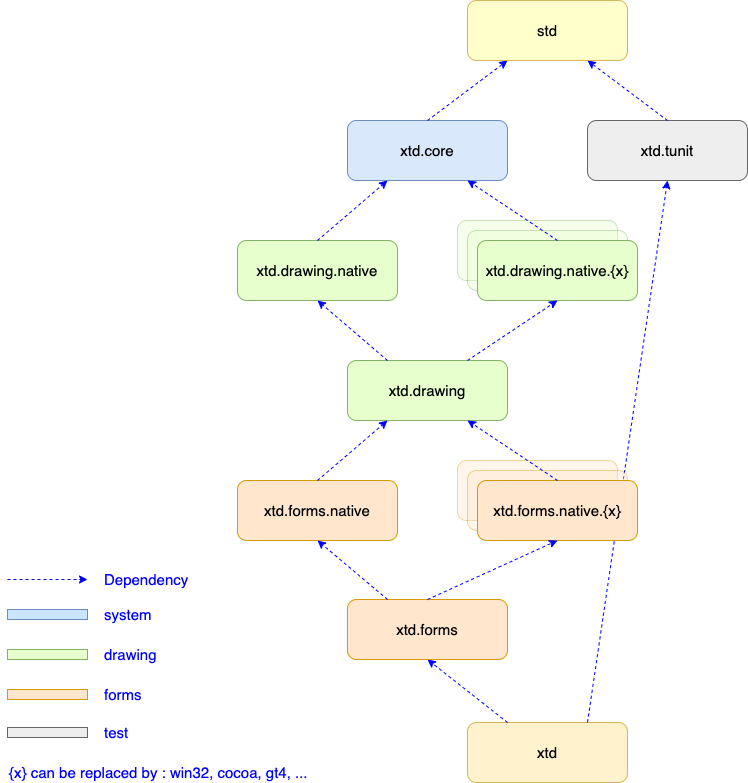
Above: docs/pictures/hierarchy.png in gammasoft71/xtd (draw.io), before the change. Source tidied: cells renumbered, new cells last; positions are measured from the earlier drawing's top-left corner, leaving out a move shared by most shapes.
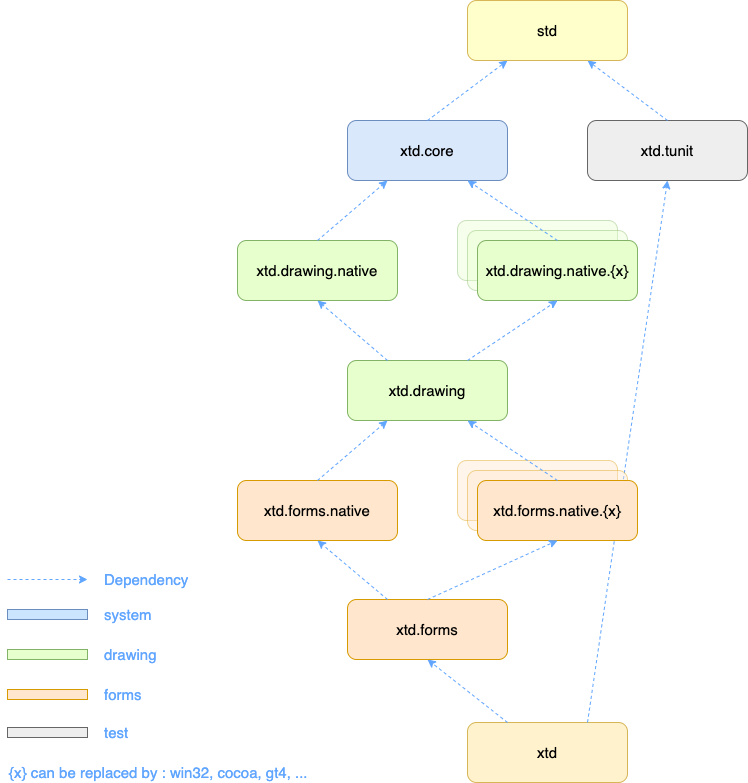
Above is the later version.

Diff of the diagram source:
```diff
@@ -8,34 +8,34 @@
     <mxCell id="3" style="rounded=1;whiteSpace=wrap;html=1;fillColor=#FFE6CC;strokeColor=#d79b00;fontSize=15;opacity=40;" parent="1" vertex="1">
       <mxGeometry x="450" y="460" width="160" height="60" as="geometry" />
     </mxCell>
-    <mxCell id="4" style="endArrow=classic;dashed=1;html=1;entryX=0.25;entryY=1;exitX=0.5;exitY=0;startArrow=none;startFill=0;endFill=1;fontSize=15;entryDx=0;entryDy=0;exitDx=0;exitDy=0;strokeColor=#0000FF;" parent="1" edge="1" source="2" target="19">
+    <mxCell id="4" style="endArrow=classic;dashed=1;html=1;entryX=0.25;entryY=1;exitX=0.5;exitY=0;startArrow=none;startFill=0;endFill=1;fontSize=15;entryDx=0;entryDy=0;exitDx=0;exitDy=0;strokeColor=#60A5FF;" parent="1" edge="1" source="2" target="19">
       <mxGeometry relative="1" as="geometry" />
     </mxCell>
-    <mxCell id="5" style="endArrow=classic;dashed=1;html=1;endFill=1;fontSize=15;strokeColor=#0000FF;" parent="1" edge="1">
+    <mxCell id="5" style="endArrow=classic;dashed=1;html=1;endFill=1;fontSize=15;strokeColor=#60A5FF;" parent="1" edge="1">
       <mxGeometry relative="1" as="geometry">
         <mxPoint y="579" as="sourcePoint" />
         <mxPoint x="80" y="579" as="targetPoint" />
       </mxGeometry>
     </mxCell>
-    <mxCell id="6" value="Dependency" style="text;html=1;strokeColor=none;fillColor=none;align=left;verticalAlign=middle;whiteSpace=wrap;fontSize=15;fontColor=#0000FF;" parent="1" vertex="1">
+    <mxCell id="6" value="Dependency" style="text;html=1;strokeColor=none;fillColor=none;align=left;verticalAlign=middle;whiteSpace=wrap;fontSize=15;fontColor=#60A5FF;" parent="1" vertex="1">
       <mxGeometry x="95" y="569" width="120" height="20" as="geometry" />
     </mxCell>
     <mxCell id="7" style="rounded=0;whiteSpace=wrap;html=1;fillColor=#CCE5FF;strokeColor=#6c8ebf;fontSize=15;" parent="1" vertex="1">
       <mxGeometry y="609" width="80" height="10" as="geometry" />
     </mxCell>
-    <mxCell id="8" value="system" style="text;html=1;strokeColor=none;fillColor=none;align=left;verticalAlign=middle;whiteSpace=wrap;fontSize=15;fontColor=#0000FF;" parent="1" vertex="1">
+    <mxCell id="8" value="system" style="text;html=1;strokeColor=none;fillColor=none;align=left;verticalAlign=middle;whiteSpace=wrap;fontSize=15;fontColor=#60A5FF;" parent="1" vertex="1">
       <mxGeometry x="95" y="604" width="120" height="20" as="geometry" />
     </mxCell>
     <mxCell id="9" style="rounded=0;whiteSpace=wrap;html=1;fillColor=#E6FFCC;strokeColor=#82b366;fontSize=15;" parent="1" vertex="1">
       <mxGeometry y="649" width="80" height="10" as="geometry" />
     </mxCell>
-    <mxCell id="10" value="drawing" style="text;html=1;strokeColor=none;fillColor=none;align=left;verticalAlign=middle;whiteSpace=wrap;fontSize=15;fontColor=#0000FF;" parent="1" vertex="1">
+    <mxCell id="10" value="drawing" style="text;html=1;strokeColor=none;fillColor=none;align=left;verticalAlign=middle;whiteSpace=wrap;fontSize=15;fontColor=#60A5FF;" parent="1" vertex="1">
       <mxGeometry x="95" y="644" width="120" height="20" as="geometry" />
     </mxCell>
     <mxCell id="11" style="rounded=0;whiteSpace=wrap;html=1;fillColor=#FFE6CC;strokeColor=#d79b00;fontSize=15;" parent="1" vertex="1">
       <mxGeometry y="689" width="80" height="10" as="geometry" />
     </mxCell>
-    <mxCell id="12" value="forms" style="text;html=1;strokeColor=none;fillColor=none;align=left;verticalAlign=middle;whiteSpace=wrap;fontSize=15;fontColor=#0000FF;" parent="1" vertex="1">
+    <mxCell id="12" value="forms" style="text;html=1;strokeColor=none;fillColor=none;align=left;verticalAlign=middle;whiteSpace=wrap;fontSize=15;fontColor=#60A5FF;" parent="1" vertex="1">
       <mxGeometry x="95" y="684" width="120" height="20" as="geometry" />
     </mxCell>
     <mxCell id="13" value="xtd.tunit" style="rounded=1;whiteSpace=wrap;html=1;fillColor=#EEEEEE;strokeColor=#666666;fontSize=15;" parent="1" vertex="1">
@@ -47,13 +47,13 @@
     <mxCell id="15" value="&lt;span&gt;xtd&lt;/span&gt;" style="rounded=1;whiteSpace=wrap;html=1;strokeColor=#d6b656;fontSize=15;fillColor=#fff2cc;" parent="1" vertex="1">
       <mxGeometry x="460" y="722" width="160" height="60" as="geometry" />
     </mxCell>
-    <mxCell id="16" style="endArrow=classic;dashed=1;html=1;exitX=0.5;exitY=0;endFill=1;fontSize=15;exitDx=0;exitDy=0;entryX=0.75;entryY=1;entryDx=0;entryDy=0;strokeColor=#0000FF;" parent="1" edge="1" source="13" target="19">
+    <mxCell id="16" style="endArrow=classic;dashed=1;html=1;exitX=0.5;exitY=0;endFill=1;fontSize=15;exitDx=0;exitDy=0;entryX=0.75;entryY=1;entryDx=0;entryDy=0;strokeColor=#60A5FF;" parent="1" edge="1" source="13" target="19">
       <mxGeometry relative="1" as="geometry" />
     </mxCell>
-    <mxCell id="17" style="endArrow=classic;dashed=1;html=1;entryX=0.5;entryY=1;exitX=0.25;exitY=0;endFill=1;fontSize=15;entryDx=0;entryDy=0;exitDx=0;exitDy=0;strokeColor=#0000FF;" parent="1" edge="1" source="15" target="23">
+    <mxCell id="17" style="endArrow=classic;dashed=1;html=1;entryX=0.5;entryY=1;exitX=0.25;exitY=0;endFill=1;fontSize=15;entryDx=0;entryDy=0;exitDx=0;exitDy=0;strokeColor=#60A5FF;" parent="1" edge="1" source="15" target="23">
       <mxGeometry relative="1" as="geometry" />
     </mxCell>
-    <mxCell id="18" style="endArrow=classic;dashed=1;html=1;entryX=0.5;entryY=1;endFill=1;fontSize=15;entryDx=0;entryDy=0;exitX=0.75;exitY=0;exitDx=0;exitDy=0;strokeColor=#0000FF;" parent="1" edge="1" source="15" target="13">
+    <mxCell id="18" style="endArrow=classic;dashed=1;html=1;entryX=0.5;entryY=1;endFill=1;fontSize=15;entryDx=0;entryDy=0;exitX=0.75;exitY=0;exitDx=0;exitDy=0;strokeColor=#60A5FF;" parent="1" edge="1" source="15" target="13">
       <mxGeometry relative="1" as="geometry" />
     </mxCell>
     <mxCell id="19" value="&lt;span&gt;std&lt;/span&gt;" style="rounded=1;whiteSpace=wrap;html=1;strokeColor=#d6b656;fontSize=15;fillColor=#FFFFCC;" parent="1" vertex="1">
@@ -62,7 +62,7 @@
     <mxCell id="20" style="rounded=0;whiteSpace=wrap;html=1;fillColor=#EEEEEE;strokeColor=#666666;fontSize=15;" parent="1" vertex="1">
       <mxGeometry y="727" width="80" height="10" as="geometry" />
     </mxCell>
-    <mxCell id="21" value="test" style="text;html=1;strokeColor=none;fillColor=none;align=left;verticalAlign=middle;whiteSpace=wrap;fontSize=15;fontColor=#0000FF;" parent="1" vertex="1">
+    <mxCell id="21" value="test" style="text;html=1;strokeColor=none;fillColor=none;align=left;verticalAlign=middle;whiteSpace=wrap;fontSize=15;fontColor=#60A5FF;" parent="1" vertex="1">
       <mxGeometry x="95" y="722" width="120" height="20" as="geometry" />
     </mxCell>
     <mxCell id="22" value="xtd.forms.native" style="rounded=1;whiteSpace=wrap;html=1;fillColor=#FFE6CC;strokeColor=#d79b00;fontSize=15;" parent="1" vertex="1">
@@ -77,10 +77,10 @@
     <mxCell id="25" value="xtd.forms.native.{x}" style="rounded=1;whiteSpace=wrap;html=1;fillColor=#FFE6CC;strokeColor=#d79b00;fontSize=15;" parent="1" vertex="1">
       <mxGeometry x="470" y="480" width="160" height="60" as="geometry" />
     </mxCell>
-    <mxCell id="26" style="endArrow=classic;dashed=1;html=1;entryX=0.5;entryY=1;exitX=0.5;exitY=0;endFill=1;fontSize=15;entryDx=0;entryDy=0;exitDx=0;exitDy=0;strokeColor=#0000FF;" parent="1" edge="1" source="23" target="25">
+    <mxCell id="26" style="endArrow=classic;dashed=1;html=1;entryX=0.5;entryY=1;exitX=0.5;exitY=0;endFill=1;fontSize=15;entryDx=0;entryDy=0;exitDx=0;exitDy=0;strokeColor=#60A5FF;" parent="1" edge="1" source="23" target="25">
       <mxGeometry relative="1" as="geometry" />
     </mxCell>
-    <mxCell id="27" style="endArrow=classic;dashed=1;html=1;entryX=0.5;entryY=1;exitX=0.25;exitY=0;endFill=1;fontSize=15;entryDx=0;entryDy=0;exitDx=0;exitDy=0;strokeColor=#0000FF;" parent="1" edge="1" source="23" target="22">
+    <mxCell id="27" style="endArrow=classic;dashed=1;html=1;entryX=0.5;entryY=1;exitX=0.25;exitY=0;endFill=1;fontSize=15;entryDx=0;entryDy=0;exitDx=0;exitDy=0;strokeColor=#60A5FF;" parent="1" edge="1" source="23" target="22">
       <mxGeometry relative="1" as="geometry" />
     </mxCell>
     <mxCell id="28" value="xtd.drawing" style="rounded=1;whiteSpace=wrap;html=1;fontSize=15;fillColor=#E6FFCC;strokeColor=#82B366;" parent="1" vertex="1">
@@ -89,7 +89,7 @@
     <mxCell id="29" value="xtd.drawing.native" style="rounded=1;whiteSpace=wrap;html=1;fontSize=15;fillColor=#E6FFCC;strokeColor=#82B366;" parent="1" vertex="1">
       <mxGeometry x="230" y="240" width="160" height="60" as="geometry" />
     </mxCell>
-    <mxCell id="30" style="endArrow=classic;dashed=1;html=1;entryX=0.25;entryY=1;exitX=0.5;exitY=0;endFill=1;fontSize=15;entryDx=0;entryDy=0;exitDx=0;exitDy=0;strokeColor=#0000FF;" parent="1" edge="1" source="29" target="2">
+    <mxCell id="30" style="endArrow=classic;dashed=1;html=1;entryX=0.25;entryY=1;exitX=0.5;exitY=0;endFill=1;fontSize=15;entryDx=0;entryDy=0;exitDx=0;exitDy=0;strokeColor=#60A5FF;" parent="1" edge="1" source="29" target="2">
       <mxGeometry relative="1" as="geometry" />
     </mxCell>
     <mxCell id="31" style="rounded=1;whiteSpace=wrap;html=1;fontSize=15;fillColor=#E6FFCC;strokeColor=#82B366;opacity=40;" parent="1" vertex="1">
@@ -98,22 +98,22 @@
     <mxCell id="32" value="xtd.drawing.native.{x}" style="rounded=1;whiteSpace=wrap;html=1;fontSize=15;fillColor=#E6FFCC;strokeColor=#82B366;" parent="1" vertex="1">
       <mxGeometry x="470" y="240" width="160" height="60" as="geometry" />
     </mxCell>
-    <mxCell id="33" style="endArrow=classic;dashed=1;html=1;entryX=0.75;entryY=1;exitX=0.5;exitY=0;endFill=1;fontSize=15;entryDx=0;entryDy=0;exitDx=0;exitDy=0;strokeColor=#0000FF;" parent="1" edge="1" source="32" target="2">
+    <mxCell id="33" style="endArrow=classic;dashed=1;html=1;entryX=0.75;entryY=1;exitX=0.5;exitY=0;endFill=1;fontSize=15;entryDx=0;entryDy=0;exitDx=0;exitDy=0;strokeColor=#60A5FF;" parent="1" edge="1" source="32" target="2">
       <mxGeometry relative="1" as="geometry" />
     </mxCell>
-    <mxCell id="34" style="endArrow=classic;dashed=1;html=1;exitX=0.5;exitY=0;endFill=1;fontSize=15;exitDx=0;exitDy=0;entryX=0.25;entryY=1;entryDx=0;entryDy=0;strokeColor=#0000FF;" parent="1" edge="1" source="22" target="28">
+    <mxCell id="34" style="endArrow=classic;dashed=1;html=1;exitX=0.5;exitY=0;endFill=1;fontSize=15;exitDx=0;exitDy=0;entryX=0.25;entryY=1;entryDx=0;entryDy=0;strokeColor=#60A5FF;" parent="1" edge="1" source="22" target="28">
       <mxGeometry relative="1" as="geometry" />
     </mxCell>
-    <mxCell id="35" style="endArrow=classic;dashed=1;html=1;exitX=0.5;exitY=0;endFill=1;fontSize=15;exitDx=0;exitDy=0;entryX=0.75;entryY=1;entryDx=0;entryDy=0;strokeColor=#0000FF;" parent="1" edge="1" source="25" target="28">
+    <mxCell id="35" style="endArrow=classic;dashed=1;html=1;exitX=0.5;exitY=0;endFill=1;fontSize=15;exitDx=0;exitDy=0;entryX=0.75;entryY=1;entryDx=0;entryDy=0;strokeColor=#60A5FF;" parent="1" edge="1" source="25" target="28">
       <mxGeometry relative="1" as="geometry" />
     </mxCell>
-    <mxCell id="36" style="endArrow=classic;dashed=1;html=1;endFill=1;fontSize=15;entryX=0.5;entryY=1;entryDx=0;entryDy=0;exitX=0.75;exitY=0;exitDx=0;exitDy=0;strokeColor=#0000FF;" parent="1" edge="1" source="28" target="32">
+    <mxCell id="36" style="endArrow=classic;dashed=1;html=1;endFill=1;fontSize=15;entryX=0.5;entryY=1;entryDx=0;entryDy=0;exitX=0.75;exitY=0;exitDx=0;exitDy=0;strokeColor=#60A5FF;" parent="1" edge="1" source="28" target="32">
       <mxGeometry relative="1" as="geometry" />
     </mxCell>
-    <mxCell id="37" value="{x} can be replaced by : win32, cocoa, gt4, ..." style="text;html=1;strokeColor=none;fillColor=none;align=left;verticalAlign=middle;whiteSpace=wrap;fontSize=15;fontColor=#0000FF;" parent="1" vertex="1">
+    <mxCell id="37" value="{x} can be replaced by : win32, cocoa, gt4, ..." style="text;html=1;strokeColor=none;fillColor=none;align=left;verticalAlign=middle;whiteSpace=wrap;fontSize=15;fontColor=#60A5FF;" parent="1" vertex="1">
       <mxGeometry y="762" width="320" height="20" as="geometry" />
     </mxCell>
-    <mxCell id="38" style="endArrow=classic;dashed=1;html=1;endFill=1;fontSize=15;entryX=0.5;entryY=1;entryDx=0;entryDy=0;exitX=0.25;exitY=0;exitDx=0;exitDy=0;strokeColor=#0000FF;" parent="1" edge="1" source="28" target="29">
+    <mxCell id="38" style="endArrow=classic;dashed=1;html=1;endFill=1;fontSize=15;entryX=0.5;entryY=1;entryDx=0;entryDy=0;exitX=0.25;exitY=0;exitDx=0;exitDy=0;strokeColor=#60A5FF;" parent="1" edge="1" source="28" target="29">
       <mxGeometry relative="1" as="geometry" />
     </mxCell>
   </root>
```
